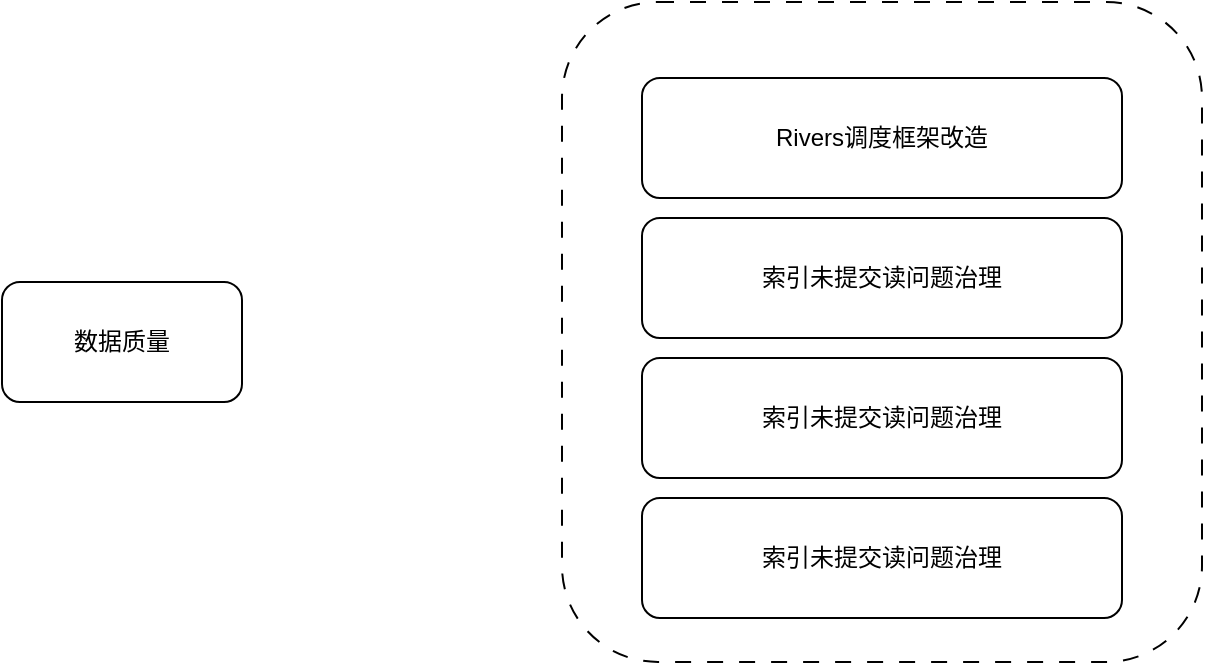
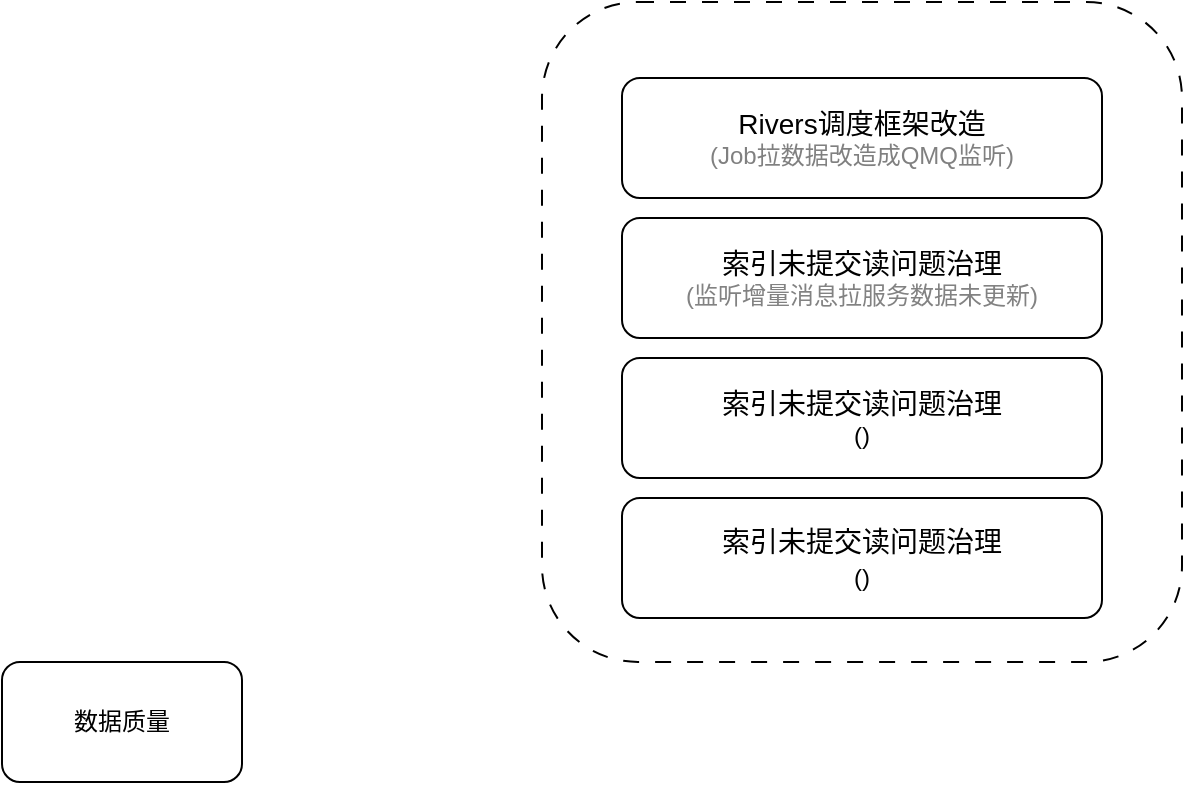
<mxfile host="app.diagrams.net">
  <diagram name="第 1 页" id="GW5pIs5veht1JAp7KkI_">
    <mxGraphModel dx="1414" dy="743" grid="1" gridSize="10" guides="1" tooltips="1" connect="1" arrows="1" fold="1" page="1" pageScale="1" pageWidth="827" pageHeight="1169" math="0" shadow="0">
      <root>
        <mxCell id="0" />
        <mxCell id="1" parent="0" />
        <mxCell id="wTcDe9Maki3rzC6nWKls-1" parent="1" style="rounded=1;whiteSpace=wrap;html=1;" value="数据质量" vertex="1">
-           <mxGeometry height="60" width="120" x="40" y="170" as="geometry" />
+           <mxGeometry height="60" width="120" x="50" y="360" as="geometry" />
        </mxCell>
        <mxCell id="wTcDe9Maki3rzC6nWKls-2" parent="1" style="rounded=1;whiteSpace=wrap;html=1;dashed=1;dashPattern=8 8;" value="" vertex="1">
          <mxGeometry height="330" width="320" x="320" y="30" as="geometry" />
        </mxCell>
-         <mxCell id="tlZWuGnZ34qc-_XEAHlx-2" parent="1" style="rounded=1;whiteSpace=wrap;html=1;" value="Rivers调度框架改造" vertex="1">
+         <mxCell id="tlZWuGnZ34qc-_XEAHlx-2" parent="1" style="rounded=1;whiteSpace=wrap;html=1;" value="&lt;font style=&quot;font-size: 14px;&quot;&gt;Rivers调度框架改造&lt;/font&gt;&lt;div&gt;&lt;span style=&quot;color: light-dark(rgb(128, 128, 128), rgb(255, 255, 255));&quot;&gt;(Job拉数据&lt;span style=&quot;background-color: transparent;&quot;&gt;改造成QMQ监听)&lt;/span&gt;&lt;/span&gt;&lt;/div&gt;" vertex="1">
          <mxGeometry height="60" width="240" x="360" y="68" as="geometry" />
        </mxCell>
-         <mxCell id="tlZWuGnZ34qc-_XEAHlx-3" parent="1" style="rounded=1;whiteSpace=wrap;html=1;" value="&lt;div data-page-id=&quot;RyA2dkQfAo6vjfxjHSMc7yh9nOb&quot; data-lark-html-role=&quot;root&quot; data-docx-has-block-data=&quot;false&quot;&gt;&lt;div class=&quot;old-record-id-T3LcdIdbMojNDJxLqQOcARHGnTf&quot;&gt;索引未提交读问题治理&lt;/div&gt;&lt;/div&gt;&lt;span data-lark-record-data=&quot;{&amp;quot;rootId&amp;quot;:&amp;quot;RyA2dkQfAo6vjfxjHSMc7yh9nOb&amp;quot;,&amp;quot;text&amp;quot;:{&amp;quot;initialAttributedTexts&amp;quot;:{&amp;quot;text&amp;quot;:{&amp;quot;0&amp;quot;:&amp;quot;索引未提交读问题治理&amp;quot;},&amp;quot;attribs&amp;quot;:{&amp;quot;0&amp;quot;:&amp;quot;*0+a&amp;quot;}},&amp;quot;apool&amp;quot;:{&amp;quot;numToAttrib&amp;quot;:{&amp;quot;0&amp;quot;:[&amp;quot;author&amp;quot;,&amp;quot;7514862704348151811&amp;quot;]},&amp;quot;nextNum&amp;quot;:1}},&amp;quot;type&amp;quot;:&amp;quot;text&amp;quot;,&amp;quot;referenceRecordMap&amp;quot;:{},&amp;quot;extra&amp;quot;:{&amp;quot;channel&amp;quot;:&amp;quot;saas&amp;quot;,&amp;quot;isEqualBlockSelection&amp;quot;:false,&amp;quot;pasteRandomId&amp;quot;:&amp;quot;af7d7ebb-5849-4b27-9374-e3078228d6c2&amp;quot;,&amp;quot;mention_page_title&amp;quot;:{},&amp;quot;external_mention_url&amp;quot;:{}},&amp;quot;isKeepQuoteContainer&amp;quot;:false,&amp;quot;isFromCode&amp;quot;:false,&amp;quot;selection&amp;quot;:[{&amp;quot;id&amp;quot;:904,&amp;quot;type&amp;quot;:&amp;quot;text&amp;quot;,&amp;quot;selection&amp;quot;:{&amp;quot;start&amp;quot;:0,&amp;quot;end&amp;quot;:10},&amp;quot;recordId&amp;quot;:&amp;quot;T3LcdIdbMojNDJxLqQOcARHGnTf&amp;quot;}],&amp;quot;payloadMap&amp;quot;:{},&amp;quot;isCut&amp;quot;:false}&quot; data-lark-record-format=&quot;docx/text&quot; class=&quot;lark-record-clipboard&quot;&gt;&lt;/span&gt;" vertex="1">
+         <mxCell id="tlZWuGnZ34qc-_XEAHlx-3" parent="1" style="rounded=1;whiteSpace=wrap;html=1;" value="&lt;div data-page-id=&quot;RyA2dkQfAo6vjfxjHSMc7yh9nOb&quot; data-lark-html-role=&quot;root&quot; data-docx-has-block-data=&quot;false&quot;&gt;&lt;div class=&quot;old-record-id-T3LcdIdbMojNDJxLqQOcARHGnTf&quot;&gt;&lt;font style=&quot;font-size: 14px;&quot;&gt;索引未提交读问题治理&lt;/font&gt;&lt;/div&gt;&lt;div class=&quot;old-record-id-T3LcdIdbMojNDJxLqQOcARHGnTf&quot;&gt;&lt;font style=&quot;color: rgb(130, 130, 130);&quot;&gt;(监听增量消息拉服务数据未更新)&lt;/font&gt;&lt;/div&gt;&lt;/div&gt;&lt;span data-lark-record-data=&quot;{&amp;quot;rootId&amp;quot;:&amp;quot;RyA2dkQfAo6vjfxjHSMc7yh9nOb&amp;quot;,&amp;quot;text&amp;quot;:{&amp;quot;initialAttributedTexts&amp;quot;:{&amp;quot;text&amp;quot;:{&amp;quot;0&amp;quot;:&amp;quot;索引未提交读问题治理&amp;quot;},&amp;quot;attribs&amp;quot;:{&amp;quot;0&amp;quot;:&amp;quot;*0+a&amp;quot;}},&amp;quot;apool&amp;quot;:{&amp;quot;numToAttrib&amp;quot;:{&amp;quot;0&amp;quot;:[&amp;quot;author&amp;quot;,&amp;quot;7514862704348151811&amp;quot;]},&amp;quot;nextNum&amp;quot;:1}},&amp;quot;type&amp;quot;:&amp;quot;text&amp;quot;,&amp;quot;referenceRecordMap&amp;quot;:{},&amp;quot;extra&amp;quot;:{&amp;quot;channel&amp;quot;:&amp;quot;saas&amp;quot;,&amp;quot;isEqualBlockSelection&amp;quot;:false,&amp;quot;pasteRandomId&amp;quot;:&amp;quot;af7d7ebb-5849-4b27-9374-e3078228d6c2&amp;quot;,&amp;quot;mention_page_title&amp;quot;:{},&amp;quot;external_mention_url&amp;quot;:{}},&amp;quot;isKeepQuoteContainer&amp;quot;:false,&amp;quot;isFromCode&amp;quot;:false,&amp;quot;selection&amp;quot;:[{&amp;quot;id&amp;quot;:904,&amp;quot;type&amp;quot;:&amp;quot;text&amp;quot;,&amp;quot;selection&amp;quot;:{&amp;quot;start&amp;quot;:0,&amp;quot;end&amp;quot;:10},&amp;quot;recordId&amp;quot;:&amp;quot;T3LcdIdbMojNDJxLqQOcARHGnTf&amp;quot;}],&amp;quot;payloadMap&amp;quot;:{},&amp;quot;isCut&amp;quot;:false}&quot; data-lark-record-format=&quot;docx/text&quot; class=&quot;lark-record-clipboard&quot;&gt;&lt;/span&gt;" vertex="1">
          <mxGeometry height="60" width="240" x="360" y="138" as="geometry" />
        </mxCell>
-         <mxCell id="tlZWuGnZ34qc-_XEAHlx-4" parent="1" style="rounded=1;whiteSpace=wrap;html=1;" value="&lt;div data-page-id=&quot;RyA2dkQfAo6vjfxjHSMc7yh9nOb&quot; data-lark-html-role=&quot;root&quot; data-docx-has-block-data=&quot;false&quot;&gt;&lt;div class=&quot;old-record-id-T3LcdIdbMojNDJxLqQOcARHGnTf&quot;&gt;索引未提交读问题治理&lt;/div&gt;&lt;/div&gt;&lt;span data-lark-record-data=&quot;{&amp;quot;rootId&amp;quot;:&amp;quot;RyA2dkQfAo6vjfxjHSMc7yh9nOb&amp;quot;,&amp;quot;text&amp;quot;:{&amp;quot;initialAttributedTexts&amp;quot;:{&amp;quot;text&amp;quot;:{&amp;quot;0&amp;quot;:&amp;quot;索引未提交读问题治理&amp;quot;},&amp;quot;attribs&amp;quot;:{&amp;quot;0&amp;quot;:&amp;quot;*0+a&amp;quot;}},&amp;quot;apool&amp;quot;:{&amp;quot;numToAttrib&amp;quot;:{&amp;quot;0&amp;quot;:[&amp;quot;author&amp;quot;,&amp;quot;7514862704348151811&amp;quot;]},&amp;quot;nextNum&amp;quot;:1}},&amp;quot;type&amp;quot;:&amp;quot;text&amp;quot;,&amp;quot;referenceRecordMap&amp;quot;:{},&amp;quot;extra&amp;quot;:{&amp;quot;channel&amp;quot;:&amp;quot;saas&amp;quot;,&amp;quot;isEqualBlockSelection&amp;quot;:false,&amp;quot;pasteRandomId&amp;quot;:&amp;quot;af7d7ebb-5849-4b27-9374-e3078228d6c2&amp;quot;,&amp;quot;mention_page_title&amp;quot;:{},&amp;quot;external_mention_url&amp;quot;:{}},&amp;quot;isKeepQuoteContainer&amp;quot;:false,&amp;quot;isFromCode&amp;quot;:false,&amp;quot;selection&amp;quot;:[{&amp;quot;id&amp;quot;:904,&amp;quot;type&amp;quot;:&amp;quot;text&amp;quot;,&amp;quot;selection&amp;quot;:{&amp;quot;start&amp;quot;:0,&amp;quot;end&amp;quot;:10},&amp;quot;recordId&amp;quot;:&amp;quot;T3LcdIdbMojNDJxLqQOcARHGnTf&amp;quot;}],&amp;quot;payloadMap&amp;quot;:{},&amp;quot;isCut&amp;quot;:false}&quot; data-lark-record-format=&quot;docx/text&quot; class=&quot;lark-record-clipboard&quot;&gt;&lt;/span&gt;" vertex="1">
+         <mxCell id="tlZWuGnZ34qc-_XEAHlx-4" parent="1" style="rounded=1;whiteSpace=wrap;html=1;" value="&lt;div data-page-id=&quot;RyA2dkQfAo6vjfxjHSMc7yh9nOb&quot; data-lark-html-role=&quot;root&quot; data-docx-has-block-data=&quot;false&quot;&gt;&lt;div class=&quot;old-record-id-T3LcdIdbMojNDJxLqQOcARHGnTf&quot;&gt;&lt;font style=&quot;font-size: 14px;&quot;&gt;索引未提交读问题治理&lt;/font&gt;&lt;/div&gt;&lt;div class=&quot;old-record-id-T3LcdIdbMojNDJxLqQOcARHGnTf&quot;&gt;&lt;font&gt;()&lt;/font&gt;&lt;/div&gt;&lt;/div&gt;&lt;span data-lark-record-data=&quot;{&amp;quot;rootId&amp;quot;:&amp;quot;RyA2dkQfAo6vjfxjHSMc7yh9nOb&amp;quot;,&amp;quot;text&amp;quot;:{&amp;quot;initialAttributedTexts&amp;quot;:{&amp;quot;text&amp;quot;:{&amp;quot;0&amp;quot;:&amp;quot;索引未提交读问题治理&amp;quot;},&amp;quot;attribs&amp;quot;:{&amp;quot;0&amp;quot;:&amp;quot;*0+a&amp;quot;}},&amp;quot;apool&amp;quot;:{&amp;quot;numToAttrib&amp;quot;:{&amp;quot;0&amp;quot;:[&amp;quot;author&amp;quot;,&amp;quot;7514862704348151811&amp;quot;]},&amp;quot;nextNum&amp;quot;:1}},&amp;quot;type&amp;quot;:&amp;quot;text&amp;quot;,&amp;quot;referenceRecordMap&amp;quot;:{},&amp;quot;extra&amp;quot;:{&amp;quot;channel&amp;quot;:&amp;quot;saas&amp;quot;,&amp;quot;isEqualBlockSelection&amp;quot;:false,&amp;quot;pasteRandomId&amp;quot;:&amp;quot;af7d7ebb-5849-4b27-9374-e3078228d6c2&amp;quot;,&amp;quot;mention_page_title&amp;quot;:{},&amp;quot;external_mention_url&amp;quot;:{}},&amp;quot;isKeepQuoteContainer&amp;quot;:false,&amp;quot;isFromCode&amp;quot;:false,&amp;quot;selection&amp;quot;:[{&amp;quot;id&amp;quot;:904,&amp;quot;type&amp;quot;:&amp;quot;text&amp;quot;,&amp;quot;selection&amp;quot;:{&amp;quot;start&amp;quot;:0,&amp;quot;end&amp;quot;:10},&amp;quot;recordId&amp;quot;:&amp;quot;T3LcdIdbMojNDJxLqQOcARHGnTf&amp;quot;}],&amp;quot;payloadMap&amp;quot;:{},&amp;quot;isCut&amp;quot;:false}&quot; data-lark-record-format=&quot;docx/text&quot; class=&quot;lark-record-clipboard&quot;&gt;&lt;/span&gt;" vertex="1">
          <mxGeometry height="60" width="240" x="360" y="208" as="geometry" />
        </mxCell>
-         <mxCell id="tlZWuGnZ34qc-_XEAHlx-5" parent="1" style="rounded=1;whiteSpace=wrap;html=1;" value="&lt;div data-page-id=&quot;RyA2dkQfAo6vjfxjHSMc7yh9nOb&quot; data-lark-html-role=&quot;root&quot; data-docx-has-block-data=&quot;false&quot;&gt;&lt;div class=&quot;old-record-id-T3LcdIdbMojNDJxLqQOcARHGnTf&quot;&gt;索引未提交读问题治理&lt;/div&gt;&lt;/div&gt;&lt;span data-lark-record-data=&quot;{&amp;quot;rootId&amp;quot;:&amp;quot;RyA2dkQfAo6vjfxjHSMc7yh9nOb&amp;quot;,&amp;quot;text&amp;quot;:{&amp;quot;initialAttributedTexts&amp;quot;:{&amp;quot;text&amp;quot;:{&amp;quot;0&amp;quot;:&amp;quot;索引未提交读问题治理&amp;quot;},&amp;quot;attribs&amp;quot;:{&amp;quot;0&amp;quot;:&amp;quot;*0+a&amp;quot;}},&amp;quot;apool&amp;quot;:{&amp;quot;numToAttrib&amp;quot;:{&amp;quot;0&amp;quot;:[&amp;quot;author&amp;quot;,&amp;quot;7514862704348151811&amp;quot;]},&amp;quot;nextNum&amp;quot;:1}},&amp;quot;type&amp;quot;:&amp;quot;text&amp;quot;,&amp;quot;referenceRecordMap&amp;quot;:{},&amp;quot;extra&amp;quot;:{&amp;quot;channel&amp;quot;:&amp;quot;saas&amp;quot;,&amp;quot;isEqualBlockSelection&amp;quot;:false,&amp;quot;pasteRandomId&amp;quot;:&amp;quot;af7d7ebb-5849-4b27-9374-e3078228d6c2&amp;quot;,&amp;quot;mention_page_title&amp;quot;:{},&amp;quot;external_mention_url&amp;quot;:{}},&amp;quot;isKeepQuoteContainer&amp;quot;:false,&amp;quot;isFromCode&amp;quot;:false,&amp;quot;selection&amp;quot;:[{&amp;quot;id&amp;quot;:904,&amp;quot;type&amp;quot;:&amp;quot;text&amp;quot;,&amp;quot;selection&amp;quot;:{&amp;quot;start&amp;quot;:0,&amp;quot;end&amp;quot;:10},&amp;quot;recordId&amp;quot;:&amp;quot;T3LcdIdbMojNDJxLqQOcARHGnTf&amp;quot;}],&amp;quot;payloadMap&amp;quot;:{},&amp;quot;isCut&amp;quot;:false}&quot; data-lark-record-format=&quot;docx/text&quot; class=&quot;lark-record-clipboard&quot;&gt;&lt;/span&gt;" vertex="1">
+         <mxCell id="tlZWuGnZ34qc-_XEAHlx-5" parent="1" style="rounded=1;whiteSpace=wrap;html=1;" value="&lt;div data-page-id=&quot;RyA2dkQfAo6vjfxjHSMc7yh9nOb&quot; data-lark-html-role=&quot;root&quot; data-docx-has-block-data=&quot;false&quot;&gt;&lt;div class=&quot;old-record-id-T3LcdIdbMojNDJxLqQOcARHGnTf&quot;&gt;&lt;font style=&quot;font-size: 14px;&quot;&gt;索引未提交读问题治理&lt;/font&gt;&lt;/div&gt;&lt;div class=&quot;old-record-id-T3LcdIdbMojNDJxLqQOcARHGnTf&quot;&gt;&lt;font style=&quot;font-size: 14px;&quot;&gt;&lt;span style=&quot;font-size: 12px;&quot;&gt;()&lt;/span&gt;&lt;/font&gt;&lt;/div&gt;&lt;/div&gt;&lt;span data-lark-record-data=&quot;{&amp;quot;rootId&amp;quot;:&amp;quot;RyA2dkQfAo6vjfxjHSMc7yh9nOb&amp;quot;,&amp;quot;text&amp;quot;:{&amp;quot;initialAttributedTexts&amp;quot;:{&amp;quot;text&amp;quot;:{&amp;quot;0&amp;quot;:&amp;quot;索引未提交读问题治理&amp;quot;},&amp;quot;attribs&amp;quot;:{&amp;quot;0&amp;quot;:&amp;quot;*0+a&amp;quot;}},&amp;quot;apool&amp;quot;:{&amp;quot;numToAttrib&amp;quot;:{&amp;quot;0&amp;quot;:[&amp;quot;author&amp;quot;,&amp;quot;7514862704348151811&amp;quot;]},&amp;quot;nextNum&amp;quot;:1}},&amp;quot;type&amp;quot;:&amp;quot;text&amp;quot;,&amp;quot;referenceRecordMap&amp;quot;:{},&amp;quot;extra&amp;quot;:{&amp;quot;channel&amp;quot;:&amp;quot;saas&amp;quot;,&amp;quot;isEqualBlockSelection&amp;quot;:false,&amp;quot;pasteRandomId&amp;quot;:&amp;quot;af7d7ebb-5849-4b27-9374-e3078228d6c2&amp;quot;,&amp;quot;mention_page_title&amp;quot;:{},&amp;quot;external_mention_url&amp;quot;:{}},&amp;quot;isKeepQuoteContainer&amp;quot;:false,&amp;quot;isFromCode&amp;quot;:false,&amp;quot;selection&amp;quot;:[{&amp;quot;id&amp;quot;:904,&amp;quot;type&amp;quot;:&amp;quot;text&amp;quot;,&amp;quot;selection&amp;quot;:{&amp;quot;start&amp;quot;:0,&amp;quot;end&amp;quot;:10},&amp;quot;recordId&amp;quot;:&amp;quot;T3LcdIdbMojNDJxLqQOcARHGnTf&amp;quot;}],&amp;quot;payloadMap&amp;quot;:{},&amp;quot;isCut&amp;quot;:false}&quot; data-lark-record-format=&quot;docx/text&quot; class=&quot;lark-record-clipboard&quot;&gt;&lt;/span&gt;" vertex="1">
          <mxGeometry height="60" width="240" x="360" y="278" as="geometry" />
        </mxCell>
      </root>
    </mxGraphModel>
  </diagram>
</mxfile>
